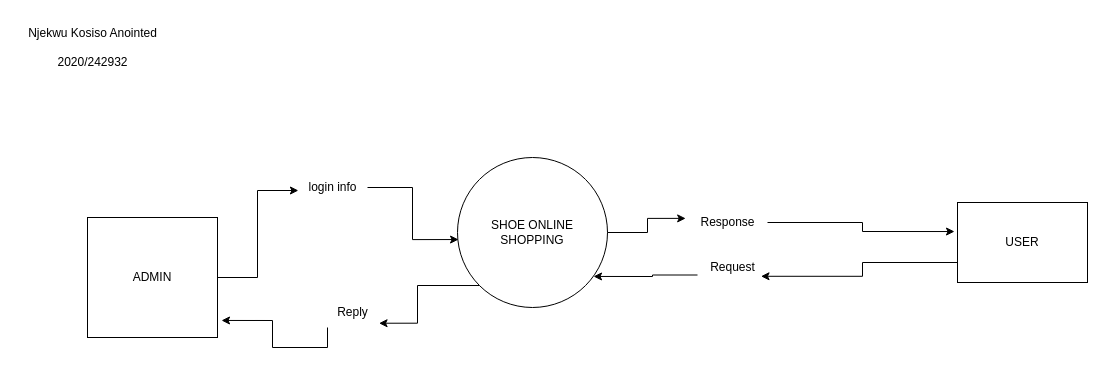
Chukwuebuka-2003/SE-DFD keeps this draw.io diagram as kossyl0.drawio. Above is the earlier version. Source tidied: cells renumbered, new cells numbered last; positions are measured from the earlier drawing's top-left corner, leaving out a move shared by most shapes. Both pictures are drawn from the tidied source at 100%, with x=0, y=0 at pixel (17, 17).
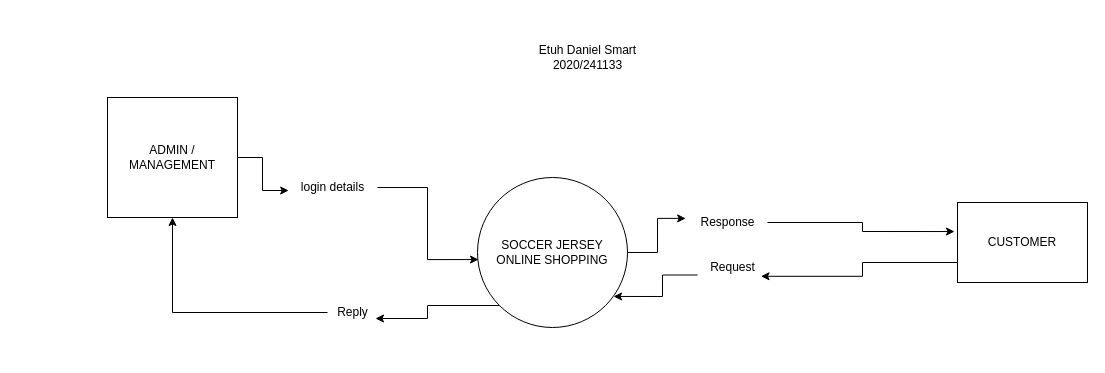
After the change.

Change to the diagram source:
```diff
@@
 <mxGraphModel>
   <root>
     <mxCell id="0" />
     <mxCell id="1" parent="0" />
-    <mxCell id="2" value="SHOE ONLINE SHOPPING" style="shape=ellipse;html=1;dashed=0;whiteSpace=wrap;perimeter=ellipsePerimeter;" parent="1" vertex="1">
-      <mxGeometry x="440" y="140" width="150" height="150" as="geometry" />
+    <mxCell id="2" value="SOCCER JERSEY&lt;br&gt;ONLINE SHOPPING" style="shape=ellipse;html=1;dashed=0;whiteSpace=wrap;perimeter=ellipsePerimeter;" parent="1" vertex="1">
+      <mxGeometry x="460" y="160" width="150" height="150" as="geometry" />
     </mxCell>
-    <mxCell id="3" value="ADMIN" style="html=1;dashed=0;whiteSpace=wrap;" parent="1" vertex="1">
-      <mxGeometry x="70" y="200" width="130" height="120" as="geometry" />
+    <mxCell id="3" value="ADMIN /&lt;br&gt;MANAGEMENT" style="html=1;dashed=0;whiteSpace=wrap;" parent="1" vertex="1">
+      <mxGeometry x="90" y="80" width="130" height="120" as="geometry" />
     </mxCell>
-    <mxCell id="4" value="USER" style="html=1;dashed=0;whiteSpace=wrap;" parent="1" vertex="1">
+    <mxCell id="4" value="CUSTOMER" style="html=1;dashed=0;whiteSpace=wrap;" parent="1" vertex="1">
       <mxGeometry x="940" y="185" width="130" height="80" as="geometry" />
     </mxCell>
-    <mxCell id="5" style="edgeStyle=orthogonalEdgeStyle;rounded=0;jettySize=auto;html=1;exitX=0;exitY=1;exitDx=0;exitDy=0;entryX=1.031;entryY=0.858;entryDx=0;entryDy=0;entryPerimeter=0;" parent="1" edge="1" source="16" target="3">
-      <mxGeometry relative="1" as="geometry" />
-    </mxCell>
     <mxCell id="6" style="edgeStyle=orthogonalEdgeStyle;rounded=0;jettySize=auto;html=1;exitX=1;exitY=0.5;exitDx=0;exitDy=0;entryX=-0.023;entryY=0.363;entryDx=0;entryDy=0;entryPerimeter=0;" parent="1" edge="1" source="9" target="4">
       <mxGeometry relative="1" as="geometry" />
     </mxCell>
     <mxCell id="7" style="edgeStyle=orthogonalEdgeStyle;rounded=0;jettySize=auto;html=1;exitX=0;exitY=0.75;exitDx=0;exitDy=0;entryX=0.907;entryY=0.793;entryDx=0;entryDy=0;entryPerimeter=0;" parent="1" edge="1" source="11" target="2">
       <mxGeometry relative="1" as="geometry" />
     </mxCell>
     <mxCell id="8" style="edgeStyle=orthogonalEdgeStyle;rounded=0;jettySize=auto;html=1;exitX=1;exitY=0.5;exitDx=0;exitDy=0;entryX=-0.023;entryY=0.363;entryDx=0;entryDy=0;entryPerimeter=0;" parent="1" edge="1" source="2" target="9">
       <mxGeometry relative="1" as="geometry" />
     </mxCell>
     <mxCell id="9" value="Response" style="text;html=1;align=center;verticalAlign=middle;points=[];strokeColor=none;fillColor=none;" parent="1" vertex="1">
       <mxGeometry x="670" y="190" width="80" height="30" as="geometry" />
     </mxCell>
     <mxCell id="10" style="edgeStyle=orthogonalEdgeStyle;rounded=0;jettySize=auto;html=1;exitX=0;exitY=0.75;exitDx=0;exitDy=0;entryX=0.907;entryY=0.793;entryDx=0;entryDy=0;entryPerimeter=0;" parent="1" edge="1" source="4" target="11">
       <mxGeometry relative="1" as="geometry" />
     </mxCell>
     <mxCell id="11" value="Request" style="text;html=1;align=center;verticalAlign=middle;points=[];strokeColor=none;fillColor=none;" parent="1" vertex="1">
       <mxGeometry x="680" y="235" width="70" height="30" as="geometry" />
     </mxCell>
     <mxCell id="12" style="edgeStyle=orthogonalEdgeStyle;rounded=0;jettySize=auto;html=1;exitX=1;exitY=0.5;exitDx=0;exitDy=0;entryX=0.013;entryY=0.6;entryDx=0;entryDy=0;entryPerimeter=0;" parent="1" edge="1" source="3" target="13">
       <mxGeometry relative="1" as="geometry" />
     </mxCell>
-    <mxCell id="13" value="login info" style="text;html=1;align=center;verticalAlign=middle;points=[];strokeColor=none;fillColor=none;" parent="1" vertex="1">
-      <mxGeometry x="280" y="155" width="70" height="30" as="geometry" />
+    <mxCell id="13" value="login details" style="text;html=1;align=center;verticalAlign=middle;points=[];strokeColor=none;fillColor=none;" parent="1" vertex="1">
+      <mxGeometry x="270" y="155" width="90" height="30" as="geometry" />
     </mxCell>
     <mxCell id="14" style="edgeStyle=orthogonalEdgeStyle;rounded=0;jettySize=auto;html=1;entryX=0.007;entryY=0.547;entryDx=0;entryDy=0;entryPerimeter=0;" parent="1" edge="1" source="13" target="2">
       <mxGeometry relative="1" as="geometry" />
     </mxCell>
-    <mxCell id="15" style="edgeStyle=orthogonalEdgeStyle;rounded=0;jettySize=auto;html=1;exitX=0;exitY=1;exitDx=0;exitDy=0;entryX=1.031;entryY=0.858;entryDx=0;entryDy=0;entryPerimeter=0;" parent="1" edge="1" source="2" target="16">
-      <mxGeometry relative="1" as="geometry" />
-    </mxCell>
+    <mxCell id="5" style="edgeStyle=orthogonalEdgeStyle;rounded=0;jettySize=auto;html=1;entryX=0.5;entryY=1;entryDx=0;entryDy=0;" parent="1" edge="1" source="16" target="3">
+      <mxGeometry relative="1" as="geometry" />
+    </mxCell>
     <mxCell id="16" value="Reply" style="text;html=1;align=center;verticalAlign=middle;points=[];strokeColor=none;fillColor=none;" parent="1" vertex="1">
       <mxGeometry x="310" y="280" width="50" height="30" as="geometry" />
     </mxCell>
-    <mxCell id="17" value="Njekwu Kosiso Anointed&lt;br&gt;&lt;br&gt;2020/242932" style="text;html=1;align=center;verticalAlign=middle;strokeColor=none;fillColor=none;" parent="1" vertex="1">
-      <mxGeometry width="150" height="60" as="geometry" />
+    <mxCell id="17" value="&lt;div&gt;Etuh Daniel Smart&lt;/div&gt;&lt;div&gt;2020/241133&lt;/div&gt;" style="text;html=1;align=center;verticalAlign=middle;strokeColor=none;fillColor=none;" parent="1" vertex="1">
+      <mxGeometry x="510" y="20" width="120" height="40" as="geometry" />
     </mxCell>
+    <mxCell id="15" style="edgeStyle=orthogonalEdgeStyle;rounded=0;jettySize=auto;html=1;exitX=0;exitY=1;exitDx=0;exitDy=0;entryX=0.96;entryY=0.7;entryDx=0;entryDy=0;entryPerimeter=0;" parent="1" edge="1" source="2" target="16">
+      <mxGeometry relative="1" as="geometry" />
+    </mxCell>
   </root>
 </mxGraphModel>
```
